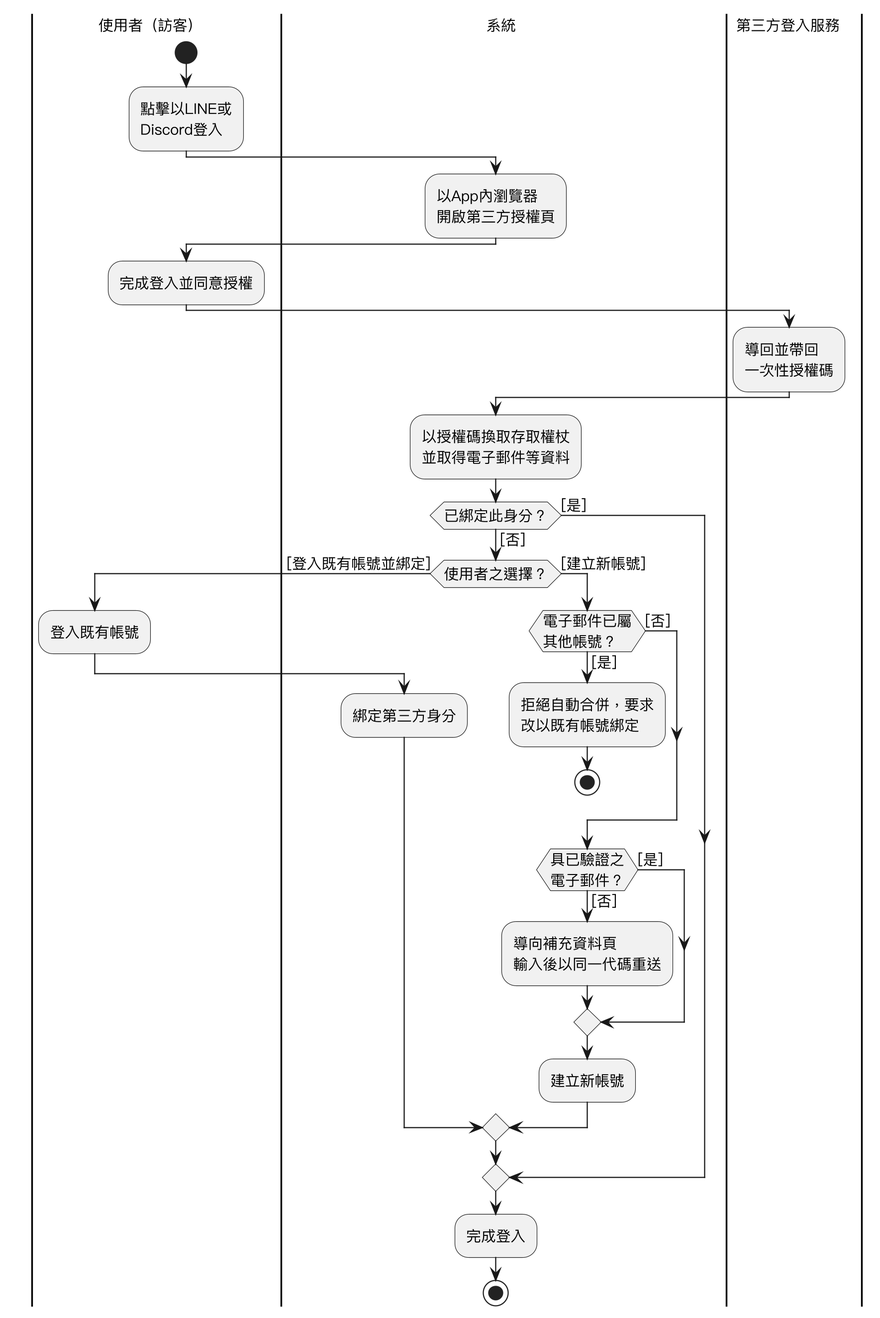
SaveMyBook/SaveMyBook keeps this PlantUML diagram as Diagrams/Activity diagram/v3/uc26.png. Above is the earlier version. The source it was exported from:
```plantuml
@startuml
skinparam monochrome true
skinparam shadowing false
skinparam dpi 220
skinparam defaultFontName "PingFang TC"
skinparam defaultFontSize 13
skinparam swimlaneWidth same
|使用者（訪客）|
start
:點擊以LINE或\nDiscord登入;
|系統|
:以App內瀏覽器\n開啟第三方授權頁;
|使用者（訪客）|
:完成登入並同意授權;
|第三方登入服務|
:導回並帶回\n一次性授權碼;
|系統|
:以授權碼換取存取權杖\n並取得電子郵件等資料;
if (已綁定此身分？) then ([否])
  if (使用者之選擇？) then ([登入既有帳號並綁定])
    |使用者（訪客）|
    :登入既有帳號;
    |系統|
    :綁定第三方身分;
  else ([建立新帳號])
    if (電子郵件已屬\n其他帳號？) then ([是])
      :拒絕自動合併，要求\n改以既有帳號綁定;
      stop
    else ([否])
    endif
    if (具已驗證之\n電子郵件？) then ([否])
      :導向補充資料頁\n輸入後以同一代碼重送;
    else ([是])
    endif
    :建立新帳號;
  endif
else ([是])
endif
:完成登入;
stop
@enduml
```
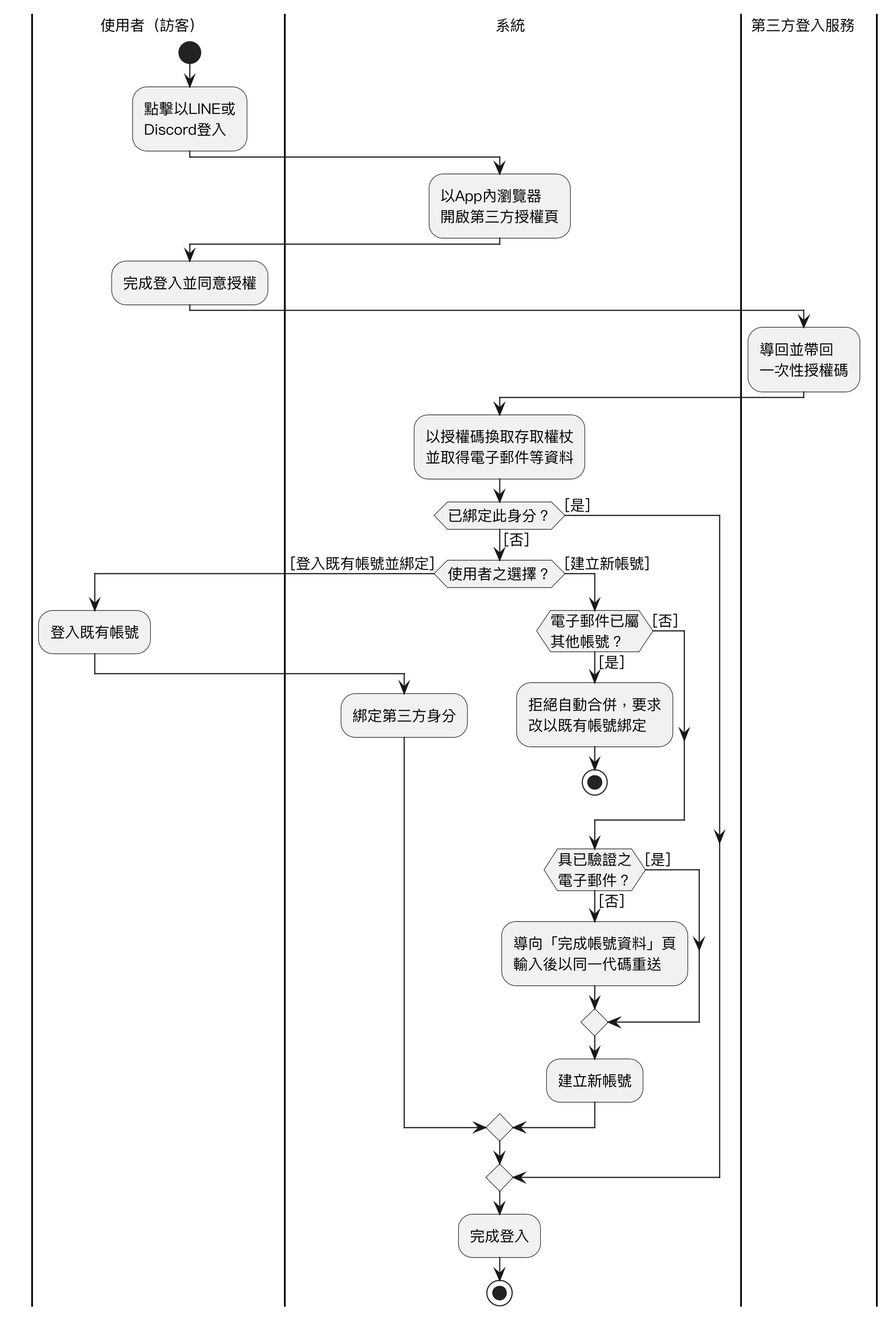
After the change.

What changed in the source:
```diff
@@ -29,7 +29,7 @@
     else ([否])
     endif
     if (具已驗證之\n電子郵件？) then ([否])
-      :導向補充資料頁\n輸入後以同一代碼重送;
+      :導向「完成帳號資料」頁\n輸入後以同一代碼重送;
     else ([是])
     endif
     :建立新帳號;
```
